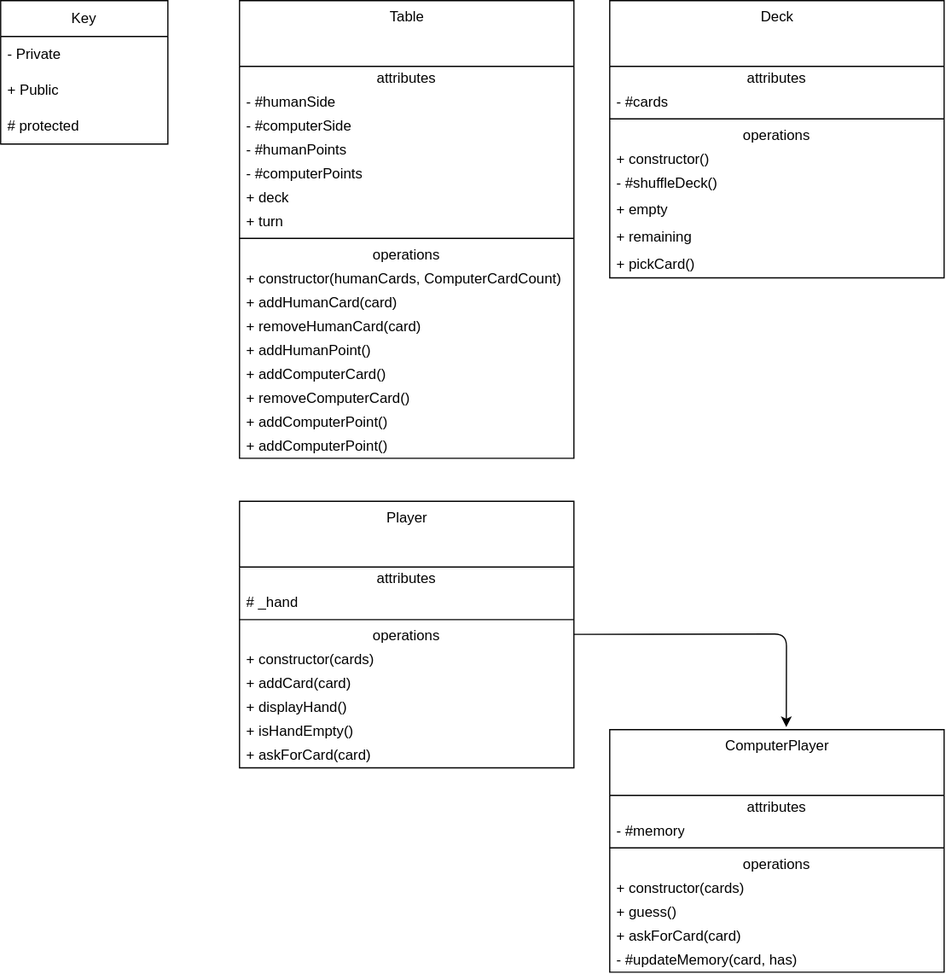
The draw.io diagram uml.drawio.svg in Anthonyntilelli/go-fish-webpage, before a commit. Source tidied: cells renumbered, new cells last; positions are measured from the earlier drawing's top-left corner, leaving out a move shared by most shapes.
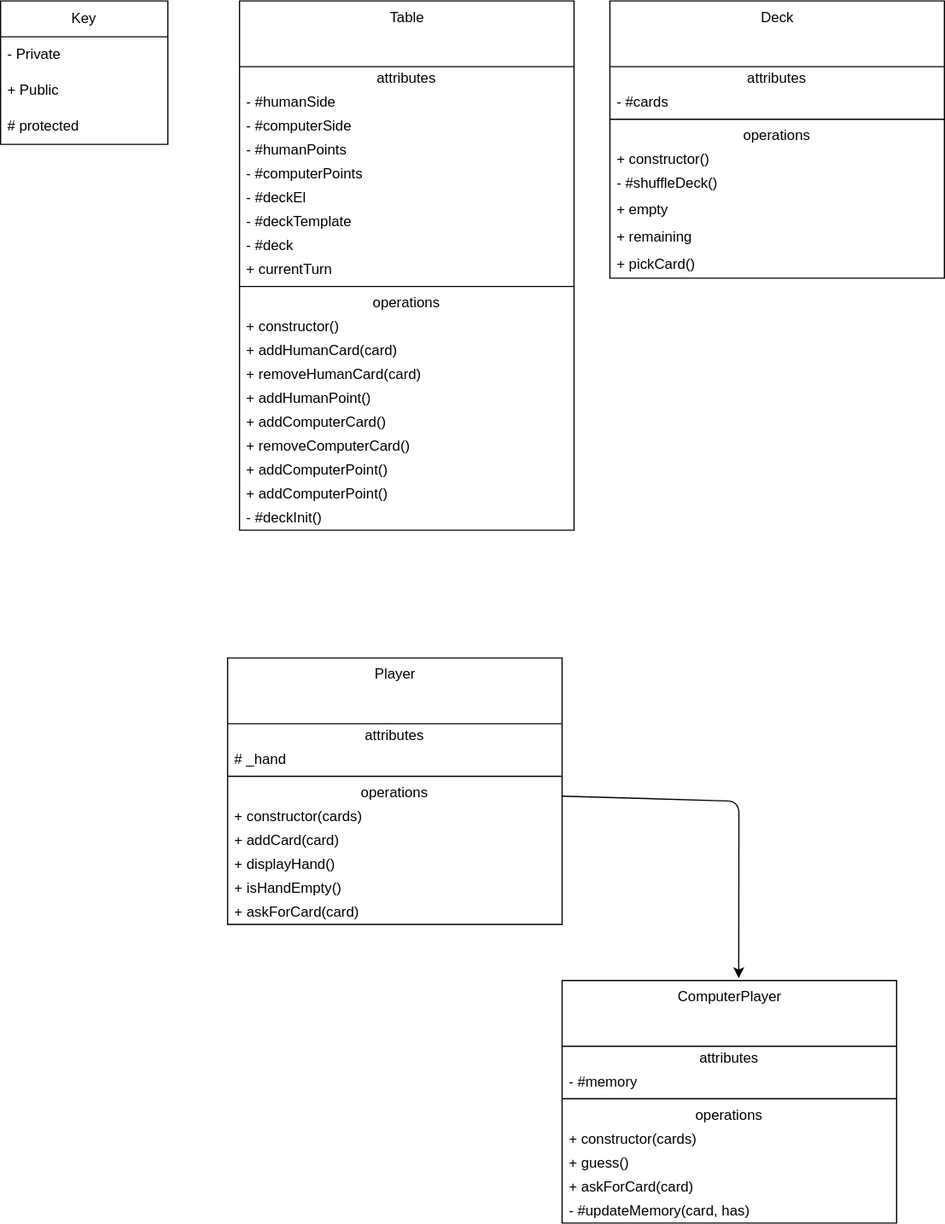
Later version of the same file.

Commit message:
init central deck

The edit, as a diff of the source:
```diff
@@ -15,7 +15,7 @@
       <mxGeometry y="90" width="140" height="30" as="geometry" />
     </mxCell>
     <mxCell id="6" value="Table" style="swimlane;fontStyle=0;align=center;verticalAlign=top;horizontal=1;startSize=55;html=1;" parent="1" vertex="1">
-      <mxGeometry x="200" width="280" height="383" as="geometry" />
+      <mxGeometry x="200" width="280" height="443" as="geometry" />
     </mxCell>
     <mxCell id="7" value="attributes" style="text;html=1;strokeColor=none;fillColor=none;align=center;verticalAlign=middle;spacingLeft=4;spacingRight=4;overflow=hidden;" parent="6" vertex="1">
       <mxGeometry y="55" width="280" height="20" as="geometry" />
@@ -32,41 +32,50 @@
     <mxCell id="11" value="- #computerPoints" style="text;html=1;strokeColor=none;fillColor=none;align=left;verticalAlign=middle;spacingLeft=4;spacingRight=4;overflow=hidden;" parent="6" vertex="1">
       <mxGeometry y="135" width="280" height="20" as="geometry" />
     </mxCell>
-    <mxCell id="12" value="+ deck" style="text;html=1;strokeColor=none;fillColor=none;align=left;verticalAlign=middle;spacingLeft=4;spacingRight=4;overflow=hidden;" parent="6" vertex="1">
+    <mxCell id="12" value="- #deckEl" style="text;html=1;strokeColor=none;fillColor=none;align=left;verticalAlign=middle;spacingLeft=4;spacingRight=4;overflow=hidden;" parent="6" vertex="1">
       <mxGeometry y="155" width="280" height="20" as="geometry" />
     </mxCell>
+    <mxCell id="54" value="- #deckTemplate" style="text;html=1;strokeColor=none;fillColor=none;align=left;verticalAlign=middle;spacingLeft=4;spacingRight=4;overflow=hidden;" parent="6" vertex="1">
+      <mxGeometry y="175" width="280" height="20" as="geometry" />
+    </mxCell>
+    <mxCell id="55" value="- #deck" style="text;html=1;strokeColor=none;fillColor=none;align=left;verticalAlign=middle;spacingLeft=4;spacingRight=4;overflow=hidden;" parent="6" vertex="1">
+      <mxGeometry y="195" width="280" height="20" as="geometry" />
+    </mxCell>
-    <mxCell id="13" value="+ turn" style="text;html=1;strokeColor=none;fillColor=none;align=left;verticalAlign=middle;spacingLeft=4;spacingRight=4;overflow=hidden;" parent="6" vertex="1">
-      <mxGeometry y="175" width="280" height="20" as="geometry" />
+    <mxCell id="13" value="+ currentTurn" style="text;html=1;strokeColor=none;fillColor=none;align=left;verticalAlign=middle;spacingLeft=4;spacingRight=4;overflow=hidden;" parent="6" vertex="1">
+      <mxGeometry y="215" width="280" height="20" as="geometry" />
     </mxCell>
     <mxCell id="14" style="line;strokeWidth=1;fillColor=none;align=left;verticalAlign=middle;spacingTop=-1;spacingLeft=3;spacingRight=3;labelPosition=right;" parent="6" vertex="1">
-      <mxGeometry y="195" width="280" height="8" as="geometry" />
+      <mxGeometry y="235" width="280" height="8" as="geometry" />
     </mxCell>
     <mxCell id="15" value="operations" style="text;html=1;strokeColor=none;fillColor=none;align=center;verticalAlign=middle;spacingLeft=4;spacingRight=4;overflow=hidden;" parent="6" vertex="1">
-      <mxGeometry y="203" width="280" height="20" as="geometry" />
+      <mxGeometry y="243" width="280" height="20" as="geometry" />
     </mxCell>
-    <mxCell id="16" value="+ constructor(humanCards, ComputerCardCount)" style="text;html=1;strokeColor=none;fillColor=none;align=left;verticalAlign=middle;spacingLeft=4;spacingRight=4;overflow=hidden;" parent="6" vertex="1">
-      <mxGeometry y="223" width="280" height="20" as="geometry" />
+    <mxCell id="16" value="+ constructor()" style="text;html=1;strokeColor=none;fillColor=none;align=left;verticalAlign=middle;spacingLeft=4;spacingRight=4;overflow=hidden;" parent="6" vertex="1">
+      <mxGeometry y="263" width="280" height="20" as="geometry" />
     </mxCell>
     <mxCell id="17" value="+ addHumanCard(card)" style="text;html=1;strokeColor=none;fillColor=none;align=left;verticalAlign=middle;spacingLeft=4;spacingRight=4;overflow=hidden;" parent="6" vertex="1">
-      <mxGeometry y="243" width="280" height="20" as="geometry" />
+      <mxGeometry y="283" width="280" height="20" as="geometry" />
     </mxCell>
     <mxCell id="18" value="+ removeHumanCard(card)" style="text;html=1;strokeColor=none;fillColor=none;align=left;verticalAlign=middle;spacingLeft=4;spacingRight=4;overflow=hidden;" parent="6" vertex="1">
-      <mxGeometry y="263" width="280" height="20" as="geometry" />
+      <mxGeometry y="303" width="280" height="20" as="geometry" />
     </mxCell>
     <mxCell id="19" value="+ addHumanPoint()" style="text;html=1;strokeColor=none;fillColor=none;align=left;verticalAlign=middle;spacingLeft=4;spacingRight=4;overflow=hidden;" parent="6" vertex="1">
-      <mxGeometry y="283" width="280" height="20" as="geometry" />
+      <mxGeometry y="323" width="280" height="20" as="geometry" />
     </mxCell>
     <mxCell id="20" value="+ addComputerCard()" style="text;html=1;strokeColor=none;fillColor=none;align=left;verticalAlign=middle;spacingLeft=4;spacingRight=4;overflow=hidden;" parent="6" vertex="1">
-      <mxGeometry y="303" width="280" height="20" as="geometry" />
+      <mxGeometry y="343" width="280" height="20" as="geometry" />
     </mxCell>
     <mxCell id="21" value="+ removeComputerCard()" style="text;html=1;strokeColor=none;fillColor=none;align=left;verticalAlign=middle;spacingLeft=4;spacingRight=4;overflow=hidden;" parent="6" vertex="1">
-      <mxGeometry y="323" width="280" height="20" as="geometry" />
+      <mxGeometry y="363" width="280" height="20" as="geometry" />
     </mxCell>
     <mxCell id="22" value="+ addComputerPoint()" style="text;html=1;strokeColor=none;fillColor=none;align=left;verticalAlign=middle;spacingLeft=4;spacingRight=4;overflow=hidden;" parent="6" vertex="1">
-      <mxGeometry y="343" width="280" height="20" as="geometry" />
+      <mxGeometry y="383" width="280" height="20" as="geometry" />
     </mxCell>
+    <mxCell id="56" value="+ addComputerPoint()" style="text;html=1;strokeColor=none;fillColor=none;align=left;verticalAlign=middle;spacingLeft=4;spacingRight=4;overflow=hidden;" parent="6" vertex="1">
+      <mxGeometry y="403" width="280" height="20" as="geometry" />
+    </mxCell>
-    <mxCell id="23" value="+ addComputerPoint()" style="text;html=1;strokeColor=none;fillColor=none;align=left;verticalAlign=middle;spacingLeft=4;spacingRight=4;overflow=hidden;" parent="6" vertex="1">
-      <mxGeometry y="363" width="280" height="20" as="geometry" />
+    <mxCell id="23" value="- #deckInit()" style="text;html=1;strokeColor=none;fillColor=none;align=left;verticalAlign=middle;spacingLeft=4;spacingRight=4;overflow=hidden;" parent="6" vertex="1">
+      <mxGeometry y="423" width="280" height="20" as="geometry" />
     </mxCell>
     <mxCell id="24" value="Deck" style="swimlane;fontStyle=0;align=center;verticalAlign=top;horizontal=1;startSize=55;html=1;" parent="1" vertex="1">
       <mxGeometry x="510" width="280" height="232" as="geometry" />
@@ -101,12 +110,12 @@
     <mxCell id="34" style="edgeStyle=none;html=1;entryX=0.528;entryY=-0.01;entryDx=0;entryDy=0;entryPerimeter=0;" parent="1" edge="1" source="35" target="45">
       <mxGeometry relative="1" as="geometry">
         <Array as="points">
-          <mxPoint x="658" y="530" />
+          <mxPoint x="618" y="670" />
         </Array>
       </mxGeometry>
     </mxCell>
     <mxCell id="35" value="Player" style="swimlane;fontStyle=0;align=center;verticalAlign=top;horizontal=1;startSize=55;html=1;" parent="1" vertex="1">
-      <mxGeometry x="200" y="419" width="280" height="223" as="geometry" />
+      <mxGeometry x="190" y="550" width="280" height="223" as="geometry" />
     </mxCell>
     <mxCell id="36" value="attributes" style="text;html=1;strokeColor=none;fillColor=none;align=center;verticalAlign=middle;spacingLeft=4;spacingRight=4;overflow=hidden;" parent="35" vertex="1">
       <mxGeometry y="55" width="280" height="20" as="geometry" />
@@ -136,7 +145,7 @@
       <mxGeometry y="203" width="280" height="20" as="geometry" />
     </mxCell>
     <mxCell id="45" value="ComputerPlayer" style="swimlane;fontStyle=0;align=center;verticalAlign=top;horizontal=1;startSize=55;html=1;" parent="1" vertex="1">
-      <mxGeometry x="510" y="610" width="280" height="203" as="geometry" />
+      <mxGeometry x="470" y="820" width="280" height="203" as="geometry" />
     </mxCell>
     <mxCell id="46" value="attributes" style="text;html=1;strokeColor=none;fillColor=none;align=center;verticalAlign=middle;spacingLeft=4;spacingRight=4;overflow=hidden;" parent="45" vertex="1">
       <mxGeometry y="55" width="280" height="20" as="geometry" />
```
